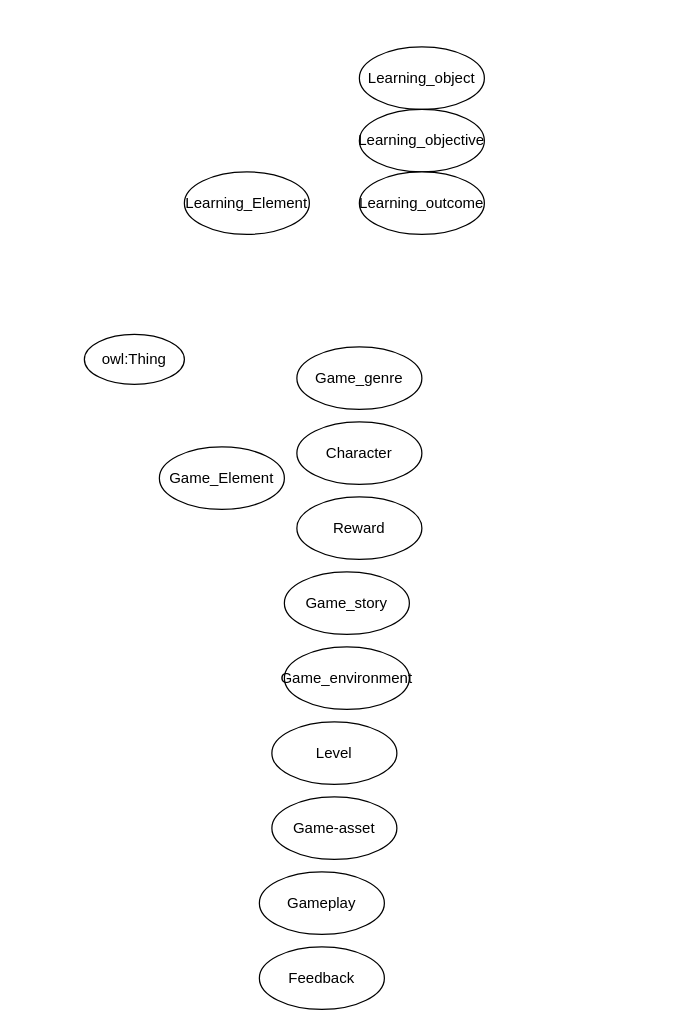
Earlier version of the draw.io diagram page "Ontology" (8 of 8) of TheModel.drawio (Kibolabs/Diagrams). Source tidied: cells renumbered, new cells numbered last; positions are measured from the earlier drawing's top-left corner, leaving out a move shared by most shapes. Both pictures are drawn from the tidied source at 125%, with x=0, y=0 at pixel (84, 46).
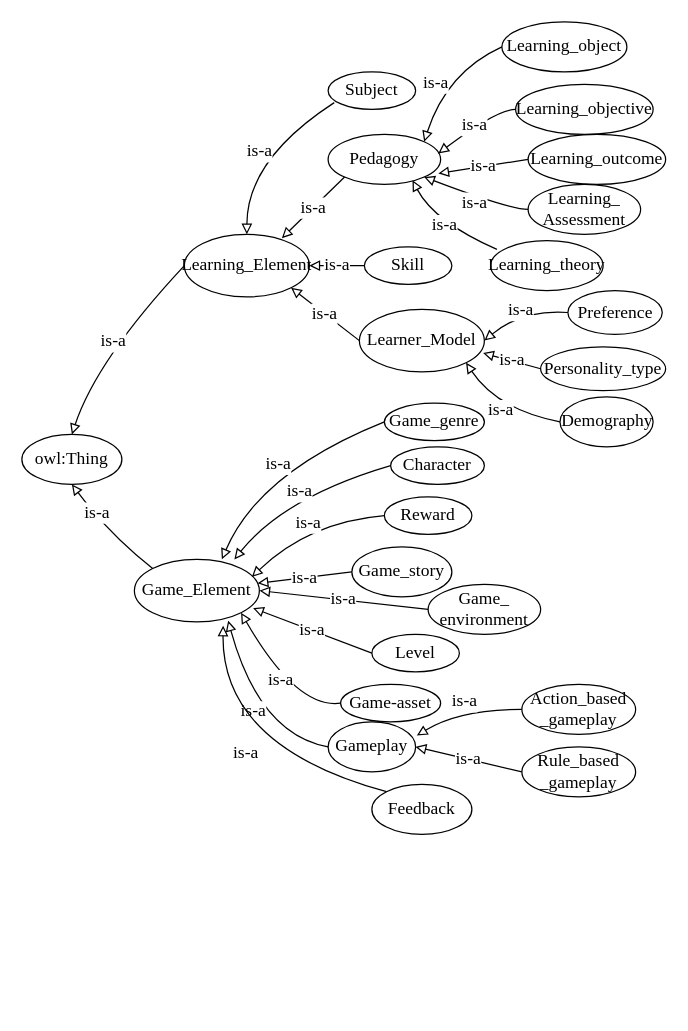
After the change.

The edit, as a diff of the source:
```diff
@@
-    <mxCell id="2" value="owl:Thing" style="ellipse;whiteSpace=wrap;html=1;" parent="1" vertex="1">
-      <mxGeometry y="230" width="80" height="40" as="geometry" />
+    <mxCell id="2" value="owl:Thing" style="ellipse;whiteSpace=wrap;html=1;fontFamily=Times New Roman;fontSize=14;" parent="1" vertex="1">
+      <mxGeometry x="-50" y="310" width="80" height="40" as="geometry" />
     </mxCell>
-    <mxCell id="3" value="Learning_Element" style="ellipse;whiteSpace=wrap;html=1;" parent="1" vertex="1">
-      <mxGeometry x="80" y="100" width="100" height="50" as="geometry" />
+    <mxCell id="3" value="Learning_Element" style="ellipse;whiteSpace=wrap;html=1;fontFamily=Times New Roman;fontSize=14;" parent="1" vertex="1">
+      <mxGeometry x="80" y="150" width="100" height="50" as="geometry" />
     </mxCell>
-    <mxCell id="4" value="Game_Element" style="ellipse;whiteSpace=wrap;html=1;" parent="1" vertex="1">
-      <mxGeometry x="60" y="320" width="100" height="50" as="geometry" />
+    <mxCell id="4" value="Game_Element" style="ellipse;whiteSpace=wrap;html=1;fontFamily=Times New Roman;fontSize=14;" parent="1" vertex="1">
+      <mxGeometry x="40" y="410" width="100" height="50" as="geometry" />
     </mxCell>
-    <mxCell id="5" value="Game_genre" style="ellipse;whiteSpace=wrap;html=1;" parent="1" vertex="1">
-      <mxGeometry x="170" y="240" width="100" height="50" as="geometry" />
+    <mxCell id="5" value="Game_genre" style="ellipse;whiteSpace=wrap;html=1;fontFamily=Times New Roman;fontSize=14;" parent="1" vertex="1">
+      <mxGeometry x="240" y="285" width="80" height="30" as="geometry" />
     </mxCell>
-    <mxCell id="6" value="Character" style="ellipse;whiteSpace=wrap;html=1;" parent="1" vertex="1">
-      <mxGeometry x="170" y="300" width="100" height="50" as="geometry" />
+    <mxCell id="6" value="Character" style="ellipse;whiteSpace=wrap;html=1;fontFamily=Times New Roman;fontSize=14;" parent="1" vertex="1">
+      <mxGeometry x="245" y="320" width="75" height="30" as="geometry" />
     </mxCell>
-    <mxCell id="7" value="Reward" style="ellipse;whiteSpace=wrap;html=1;" parent="1" vertex="1">
-      <mxGeometry x="170" y="360" width="100" height="50" as="geometry" />
+    <mxCell id="7" value="Reward" style="ellipse;whiteSpace=wrap;html=1;fontFamily=Times New Roman;fontSize=14;" parent="1" vertex="1">
+      <mxGeometry x="240" y="360" width="70" height="30" as="geometry" />
     </mxCell>
-    <mxCell id="8" value="Game_story" style="ellipse;whiteSpace=wrap;html=1;" parent="1" vertex="1">
-      <mxGeometry x="160" y="420" width="100" height="50" as="geometry" />
+    <mxCell id="8" value="Game_story" style="ellipse;whiteSpace=wrap;html=1;fontFamily=Times New Roman;fontSize=14;" parent="1" vertex="1">
+      <mxGeometry x="214" y="400" width="80" height="40" as="geometry" />
     </mxCell>
-    <mxCell id="9" value="Game_environment" style="ellipse;whiteSpace=wrap;html=1;" parent="1" vertex="1">
-      <mxGeometry x="160" y="480" width="100" height="50" as="geometry" />
+    <mxCell id="9" value="Game_&lt;br style=&quot;font-size: 14px;&quot;&gt;environment" style="ellipse;whiteSpace=wrap;html=1;fontFamily=Times New Roman;fontSize=14;" parent="1" vertex="1">
+      <mxGeometry x="275" y="430" width="90" height="40" as="geometry" />
     </mxCell>
-    <mxCell id="10" value="Level" style="ellipse;whiteSpace=wrap;html=1;" parent="1" vertex="1">
-      <mxGeometry x="150" y="540" width="100" height="50" as="geometry" />
+    <mxCell id="10" value="Level" style="ellipse;whiteSpace=wrap;html=1;fontFamily=Times New Roman;fontSize=14;" parent="1" vertex="1">
+      <mxGeometry x="230" y="470" width="70" height="30" as="geometry" />
     </mxCell>
-    <mxCell id="11" value="Game-asset" style="ellipse;whiteSpace=wrap;html=1;" parent="1" vertex="1">
-      <mxGeometry x="150" y="600" width="100" height="50" as="geometry" />
+    <mxCell id="11" value="Game-asset" style="ellipse;whiteSpace=wrap;html=1;fontFamily=Times New Roman;fontSize=14;" parent="1" vertex="1">
+      <mxGeometry x="205" y="510" width="80" height="30" as="geometry" />
     </mxCell>
-    <mxCell id="12" value="Gameplay" style="ellipse;whiteSpace=wrap;html=1;" parent="1" vertex="1">
-      <mxGeometry x="140" y="660" width="100" height="50" as="geometry" />
+    <mxCell id="12" value="Gameplay" style="ellipse;whiteSpace=wrap;html=1;fontFamily=Times New Roman;fontSize=14;" parent="1" vertex="1">
+      <mxGeometry x="195" y="540" width="70" height="40" as="geometry" />
     </mxCell>
-    <mxCell id="13" value="Feedback" style="ellipse;whiteSpace=wrap;html=1;" parent="1" vertex="1">
-      <mxGeometry x="140" y="720" width="100" height="50" as="geometry" />
+    <mxCell id="13" value="Feedback" style="ellipse;whiteSpace=wrap;html=1;fontFamily=Times New Roman;fontSize=14;" parent="1" vertex="1">
+      <mxGeometry x="230" y="590" width="80" height="40" as="geometry" />
     </mxCell>
-    <mxCell id="14" value="Learning_object" style="ellipse;whiteSpace=wrap;html=1;" parent="1" vertex="1">
-      <mxGeometry x="220" width="100" height="50" as="geometry" />
+    <mxCell id="14" value="Learning_object" style="ellipse;whiteSpace=wrap;html=1;fontFamily=Times New Roman;fontSize=14;" parent="1" vertex="1">
+      <mxGeometry x="334" y="-20" width="100" height="40" as="geometry" />
     </mxCell>
-    <mxCell id="15" value="Learning_objective" style="ellipse;whiteSpace=wrap;html=1;" parent="1" vertex="1">
-      <mxGeometry x="220" y="50" width="100" height="50" as="geometry" />
+    <mxCell id="15" value="Learning_objective" style="ellipse;whiteSpace=wrap;html=1;fontFamily=Times New Roman;fontSize=14;" parent="1" vertex="1">
+      <mxGeometry x="345" y="30" width="110" height="40" as="geometry" />
     </mxCell>
-    <mxCell id="16" value="Learning_outcome" style="ellipse;whiteSpace=wrap;html=1;" parent="1" vertex="1">
-      <mxGeometry x="220" y="100" width="100" height="50" as="geometry" />
+    <mxCell id="16" value="Learning_outcome" style="ellipse;whiteSpace=wrap;html=1;fontFamily=Times New Roman;fontSize=14;" parent="1" vertex="1">
+      <mxGeometry x="355" y="70" width="110" height="40" as="geometry" />
     </mxCell>
+    <mxCell id="17" value="Learning_theory" style="ellipse;whiteSpace=wrap;html=1;fontFamily=Times New Roman;fontSize=14;" parent="1" vertex="1">
+      <mxGeometry x="325" y="155" width="90" height="40" as="geometry" />
+    </mxCell>
+    <mxCell id="18" value="Learning_&lt;br style=&quot;font-size: 14px;&quot;&gt;Assessment" style="ellipse;whiteSpace=wrap;html=1;fontFamily=Times New Roman;fontSize=14;" parent="1" vertex="1">
+      <mxGeometry x="355" y="110" width="90" height="40" as="geometry" />
+    </mxCell>
+    <mxCell id="19" value="Pedagogy" style="ellipse;whiteSpace=wrap;html=1;fontFamily=Times New Roman;fontSize=14;" parent="1" vertex="1">
+      <mxGeometry x="195" y="70" width="90" height="40" as="geometry" />
+    </mxCell>
+    <mxCell id="20" value="Subject" style="ellipse;whiteSpace=wrap;html=1;fontFamily=Times New Roman;fontSize=14;" parent="1" vertex="1">
+      <mxGeometry x="195" y="20" width="70" height="30" as="geometry" />
+    </mxCell>
+    <mxCell id="21" value="Skill" style="ellipse;whiteSpace=wrap;html=1;fontFamily=Times New Roman;fontSize=14;" parent="1" vertex="1">
+      <mxGeometry x="224" y="160" width="70" height="30" as="geometry" />
+    </mxCell>
+    <mxCell id="22" value="Learner_Model" style="ellipse;whiteSpace=wrap;html=1;fontFamily=Times New Roman;fontSize=14;" parent="1" vertex="1">
+      <mxGeometry x="220" y="210" width="100" height="50" as="geometry" />
+    </mxCell>
+    <mxCell id="23" value="Preference" style="ellipse;whiteSpace=wrap;html=1;fontFamily=Times New Roman;fontSize=14;" parent="1" vertex="1">
+      <mxGeometry x="386.8" y="195" width="75.5" height="35" as="geometry" />
+    </mxCell>
+    <mxCell id="24" value="Personality_type" style="ellipse;whiteSpace=wrap;html=1;fontFamily=Times New Roman;fontSize=14;" parent="1" vertex="1">
+      <mxGeometry x="365" y="240" width="100" height="35" as="geometry" />
+    </mxCell>
+    <mxCell id="25" value="Demography" style="ellipse;whiteSpace=wrap;html=1;fontFamily=Times New Roman;fontSize=14;" parent="1" vertex="1">
+      <mxGeometry x="380.5" y="280" width="74.5" height="40" as="geometry" />
+    </mxCell>
+    <mxCell id="26" value="is-a" style="endArrow=block;html=1;entryX=0.5;entryY=0;entryDx=0;entryDy=0;exitX=0;exitY=0.5;exitDx=0;exitDy=0;endFill=0;curved=1;fontFamily=Times New Roman;fontSize=14;" parent="1" edge="1" source="3" target="2">
+      <mxGeometry relative="1" as="geometry">
+        <Array as="points">
+          <mxPoint x="10" y="250" />
+        </Array>
+      </mxGeometry>
+    </mxCell>
+    <mxCell id="27" style="endArrow=block;html=1;entryX=0.5;entryY=1;entryDx=0;entryDy=0;exitX=0;exitY=0;exitDx=0;exitDy=0;endFill=0;curved=1;fontFamily=Times New Roman;fontSize=14;" parent="1" edge="1" source="4" target="2">
+      <mxGeometry relative="1" as="geometry">
+        <Array as="points">
+          <mxPoint x="20" y="390" />
+        </Array>
+      </mxGeometry>
+    </mxCell>
+    <mxCell id="28" value="is-a" style="edgeLabel;html=1;align=center;verticalAlign=middle;fontFamily=Times New Roman;fontSize=14;" parent="27" vertex="1">
+      <mxGeometry x="0.37" y="-2" relative="1" as="geometry" />
+    </mxCell>
+    <mxCell id="29" value="is-a" style="endArrow=block;html=1;exitX=0.07;exitY=0.82;exitDx=0;exitDy=0;endFill=0;exitPerimeter=0;entryX=0.5;entryY=0;entryDx=0;entryDy=0;curved=1;fontFamily=Times New Roman;fontSize=14;" parent="1" edge="1" source="20" target="3">
+      <mxGeometry relative="1" as="geometry">
+        <Array as="points">
+          <mxPoint x="130" y="90" />
+        </Array>
+      </mxGeometry>
+    </mxCell>
+    <mxCell id="30" value="is-a" style="endArrow=block;html=1;exitX=0;exitY=1;exitDx=0;exitDy=0;endFill=0;entryX=0.78;entryY=0.06;entryDx=0;entryDy=0;entryPerimeter=0;curved=1;fontFamily=Times New Roman;fontSize=14;" parent="1" edge="1" source="19" target="3">
+      <mxGeometry relative="1" as="geometry" />
+    </mxCell>
+    <mxCell id="31" value="is-a" style="endArrow=block;html=1;exitX=0;exitY=0.5;exitDx=0;exitDy=0;endFill=0;curved=1;fontFamily=Times New Roman;fontSize=14;" parent="1" edge="1" source="21" target="3">
+      <mxGeometry relative="1" as="geometry" />
+    </mxCell>
+    <mxCell id="32" value="is-a" style="endArrow=block;html=1;exitX=0;exitY=0.5;exitDx=0;exitDy=0;endFill=0;entryX=1;entryY=1;entryDx=0;entryDy=0;curved=1;fontFamily=Times New Roman;fontSize=14;" parent="1" edge="1" source="22" target="3">
+      <mxGeometry relative="1" as="geometry" />
+    </mxCell>
+    <mxCell id="33" value="is-a" style="endArrow=block;html=1;exitX=0;exitY=0.5;exitDx=0;exitDy=0;endFill=0;entryX=0.7;entryY=0;entryDx=0;entryDy=0;entryPerimeter=0;curved=1;fontFamily=Times New Roman;fontSize=14;" parent="1" edge="1" source="5" target="4">
+      <mxGeometry relative="1" as="geometry">
+        <Array as="points">
+          <mxPoint x="140" y="340" />
+        </Array>
+      </mxGeometry>
+    </mxCell>
+    <mxCell id="34" value="is-a" style="endArrow=block;html=1;exitX=0;exitY=0.5;exitDx=0;exitDy=0;endFill=0;entryX=0.8;entryY=0;entryDx=0;entryDy=0;entryPerimeter=0;curved=1;fontFamily=Times New Roman;fontSize=14;" parent="1" edge="1" source="6" target="4">
+      <mxGeometry relative="1" as="geometry">
+        <Array as="points">
+          <mxPoint x="160" y="360" />
+        </Array>
+      </mxGeometry>
+    </mxCell>
+    <mxCell id="35" value="is-a" style="endArrow=block;html=1;exitX=0;exitY=0.5;exitDx=0;exitDy=0;endFill=0;entryX=0.94;entryY=0.28;entryDx=0;entryDy=0;entryPerimeter=0;curved=1;fontFamily=Times New Roman;fontSize=14;" parent="1" edge="1" source="7" target="4">
+      <mxGeometry relative="1" as="geometry">
+        <Array as="points">
+          <mxPoint x="180" y="380" />
+        </Array>
+      </mxGeometry>
+    </mxCell>
+    <mxCell id="36" value="is-a" style="endArrow=block;html=1;exitX=0;exitY=0.5;exitDx=0;exitDy=0;endFill=0;curved=1;fontFamily=Times New Roman;fontSize=14;" parent="1" edge="1" source="8" target="4">
+      <mxGeometry relative="1" as="geometry" />
+    </mxCell>
+    <mxCell id="37" value="is-a" style="endArrow=block;html=1;exitX=0;exitY=0.5;exitDx=0;exitDy=0;endFill=0;entryX=1;entryY=0.5;entryDx=0;entryDy=0;curved=1;fontFamily=Times New Roman;fontSize=14;" parent="1" edge="1" source="9" target="4">
+      <mxGeometry relative="1" as="geometry" />
+    </mxCell>
+    <mxCell id="38" value="is-a" style="endArrow=block;html=1;endFill=0;entryX=0.95;entryY=0.78;entryDx=0;entryDy=0;exitX=0;exitY=0.5;exitDx=0;exitDy=0;entryPerimeter=0;curved=1;fontFamily=Times New Roman;fontSize=14;" parent="1" edge="1" source="10" target="4">
+      <mxGeometry relative="1" as="geometry" />
+    </mxCell>
+    <mxCell id="39" value="is-a" style="endArrow=block;html=1;endFill=0;exitX=0;exitY=0.5;exitDx=0;exitDy=0;entryX=1;entryY=1;entryDx=0;entryDy=0;curved=1;fontFamily=Times New Roman;fontSize=14;" parent="1" edge="1" source="11" target="4">
+      <mxGeometry relative="1" as="geometry">
+        <Array as="points">
+          <mxPoint x="170" y="530" />
+        </Array>
+      </mxGeometry>
+    </mxCell>
+    <mxCell id="40" value="is-a" style="endArrow=block;html=1;endFill=0;exitX=0;exitY=0.5;exitDx=0;exitDy=0;curved=1;entryX=0.75;entryY=0.98;entryDx=0;entryDy=0;entryPerimeter=0;fontFamily=Times New Roman;fontSize=14;" parent="1" edge="1" source="12" target="4">
+      <mxGeometry relative="1" as="geometry">
+        <Array as="points">
+          <mxPoint x="140" y="550" />
+        </Array>
+      </mxGeometry>
+    </mxCell>
+    <mxCell id="41" value="is-a" style="endArrow=block;html=1;endFill=0;entryX=0.71;entryY=1.06;entryDx=0;entryDy=0;exitX=0;exitY=0;exitDx=0;exitDy=0;entryPerimeter=0;curved=1;fontFamily=Times New Roman;fontSize=14;" parent="1" edge="1" source="13" target="4">
+      <mxGeometry relative="1" as="geometry">
+        <Array as="points">
+          <mxPoint x="110" y="560" />
+        </Array>
+      </mxGeometry>
+    </mxCell>
+    <mxCell id="42" value="is-a" style="endArrow=block;html=1;exitX=0;exitY=0.5;exitDx=0;exitDy=0;endFill=0;entryX=1;entryY=0;entryDx=0;entryDy=0;curved=1;fontFamily=Times New Roman;fontSize=14;" parent="1" edge="1" source="14" target="19">
+      <mxGeometry x="0.12" y="-6" relative="1" as="geometry">
+        <Array as="points">
+          <mxPoint x="290" y="20" />
+        </Array>
+      </mxGeometry>
+    </mxCell>
+    <mxCell id="43" value="is-a" style="endArrow=block;html=1;exitX=0;exitY=0.5;exitDx=0;exitDy=0;endFill=0;entryX=0.98;entryY=0.38;entryDx=0;entryDy=0;entryPerimeter=0;curved=1;fontFamily=Times New Roman;fontSize=14;" parent="1" edge="1" source="15" target="19">
+      <mxGeometry relative="1" as="geometry">
+        <Array as="points">
+          <mxPoint x="330" y="50" />
+        </Array>
+      </mxGeometry>
+    </mxCell>
+    <mxCell id="44" value="is-a" style="endArrow=block;html=1;exitX=0;exitY=0.5;exitDx=0;exitDy=0;endFill=0;entryX=0.98;entryY=0.78;entryDx=0;entryDy=0;entryPerimeter=0;curved=1;fontFamily=Times New Roman;fontSize=14;" parent="1" edge="1" source="16" target="19">
+      <mxGeometry relative="1" as="geometry" />
+    </mxCell>
+    <mxCell id="45" value="is-a" style="endArrow=block;html=1;exitX=0;exitY=0.5;exitDx=0;exitDy=0;endFill=0;entryX=1;entryY=1;entryDx=0;entryDy=0;curved=1;fontFamily=Times New Roman;fontSize=14;" parent="1" edge="1" source="18" target="19">
+      <mxGeometry x="-0.02" y="5" relative="1" as="geometry">
+        <Array as="points">
+          <mxPoint x="340" y="130" />
+        </Array>
+      </mxGeometry>
+    </mxCell>
+    <mxCell id="46" value="is-a" style="endArrow=block;html=1;exitX=0.056;exitY=0.175;exitDx=0;exitDy=0;endFill=0;entryX=0.75;entryY=0.92;entryDx=0;entryDy=0;entryPerimeter=0;curved=1;exitPerimeter=0;fontFamily=Times New Roman;fontSize=14;" parent="1" edge="1" source="17" target="19">
+      <mxGeometry relative="1" as="geometry">
+        <Array as="points">
+          <mxPoint x="280" y="140" />
+        </Array>
+      </mxGeometry>
+    </mxCell>
+    <mxCell id="47" value="is-a" style="endArrow=block;html=1;exitX=0;exitY=0.5;exitDx=0;exitDy=0;endFill=0;entryX=1;entryY=0.5;entryDx=0;entryDy=0;curved=1;fontFamily=Times New Roman;fontSize=14;" parent="1" edge="1" source="23" target="22">
+      <mxGeometry relative="1" as="geometry">
+        <Array as="points">
+          <mxPoint x="350" y="210" />
+        </Array>
+      </mxGeometry>
+    </mxCell>
+    <mxCell id="48" value="is-a" style="endArrow=block;html=1;exitX=0;exitY=0.5;exitDx=0;exitDy=0;endFill=0;entryX=0.99;entryY=0.7;entryDx=0;entryDy=0;curved=1;entryPerimeter=0;fontFamily=Times New Roman;fontSize=14;" parent="1" edge="1" source="24" target="22">
+      <mxGeometry relative="1" as="geometry" />
+    </mxCell>
+    <mxCell id="49" value="is-a" style="endArrow=block;html=1;exitX=0;exitY=0.5;exitDx=0;exitDy=0;endFill=0;curved=1;entryX=1;entryY=1;entryDx=0;entryDy=0;fontFamily=Times New Roman;fontSize=14;" parent="1" edge="1" source="25" target="22">
+      <mxGeometry relative="1" as="geometry">
+        <Array as="points">
+          <mxPoint x="330" y="290" />
+        </Array>
+      </mxGeometry>
+    </mxCell>
+    <mxCell id="50" value="Action_based&lt;br style=&quot;font-size: 14px;&quot;&gt;_gameplay" style="ellipse;whiteSpace=wrap;html=1;fontFamily=Times New Roman;fontSize=14;" parent="1" vertex="1">
+      <mxGeometry x="350" y="510" width="91" height="40" as="geometry" />
+    </mxCell>
+    <mxCell id="51" value="Rule_based&lt;br style=&quot;font-size: 14px;&quot;&gt;_gameplay" style="ellipse;whiteSpace=wrap;html=1;fontFamily=Times New Roman;fontSize=14;" parent="1" vertex="1">
+      <mxGeometry x="350" y="560" width="91" height="40" as="geometry" />
+    </mxCell>
+    <mxCell id="52" value="is-a" style="endArrow=block;html=1;endFill=0;entryX=1.014;entryY=0.275;entryDx=0;entryDy=0;exitX=0;exitY=0.5;exitDx=0;exitDy=0;entryPerimeter=0;curved=1;fontFamily=Times New Roman;fontSize=14;" parent="1" edge="1" source="50" target="12">
+      <mxGeometry x="0.02" y="-6" relative="1" as="geometry">
+        <Array as="points">
+          <mxPoint x="300" y="530" />
+        </Array>
+      </mxGeometry>
+    </mxCell>
+    <mxCell id="53" value="is-a" style="endArrow=block;html=1;endFill=0;entryX=1;entryY=0.5;entryDx=0;entryDy=0;exitX=0;exitY=0.5;exitDx=0;exitDy=0;curved=1;fontFamily=Times New Roman;fontSize=14;" parent="1" edge="1" source="51" target="12">
+      <mxGeometry relative="1" as="geometry" />
+    </mxCell>
```
